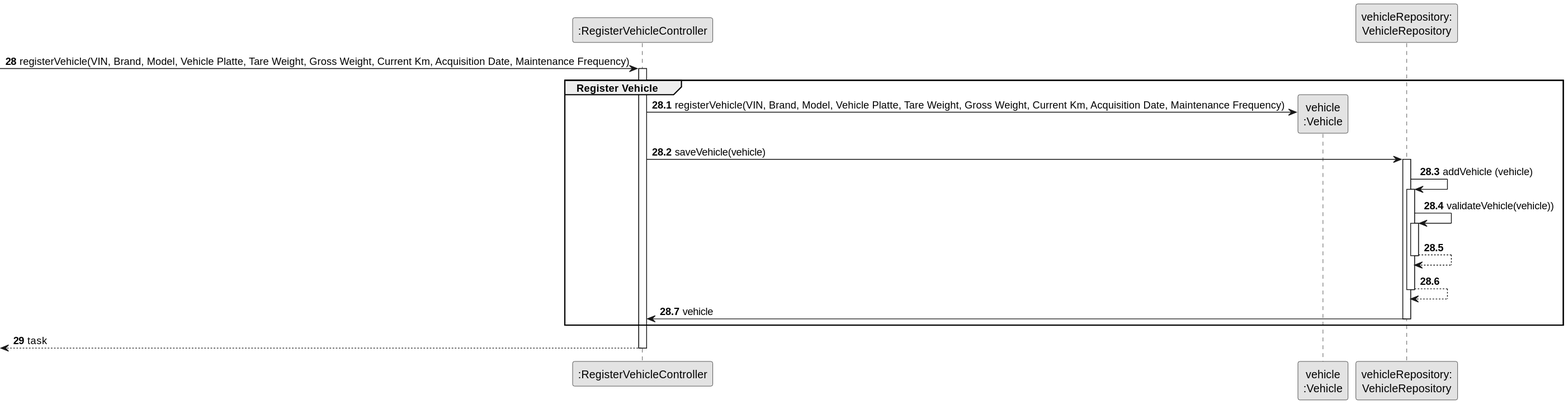
ricardomm7/leaflink keeps this PlantUML diagram as docs/sprintB/us006/03.design/svg/us006-sequence-diagram-partial-register-vehicle.svg. Above is the earlier version.
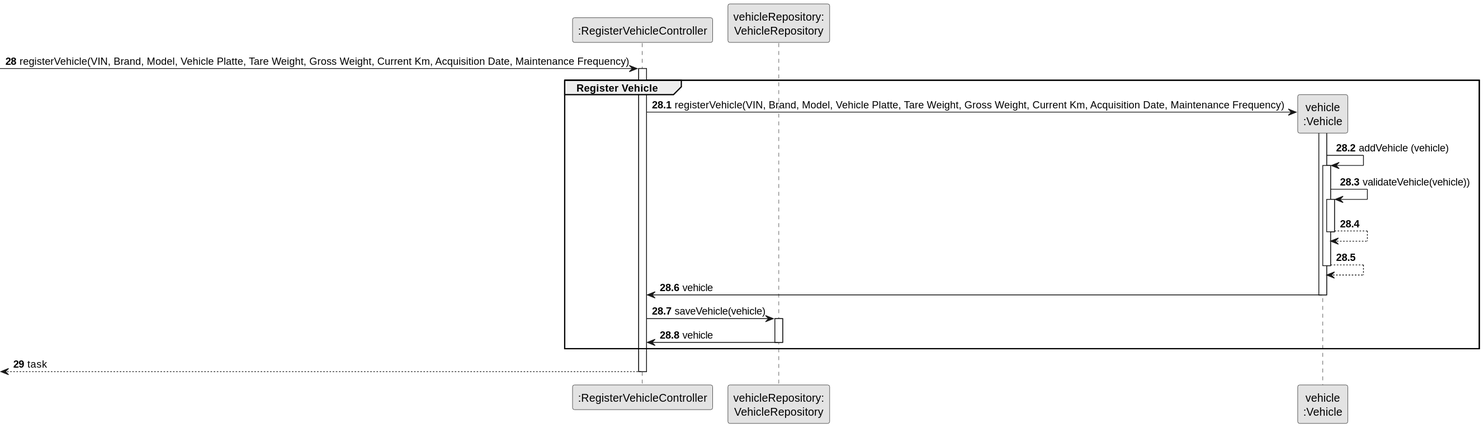
Later version of the same file.

The edit, as a diff of the source:
```diff
@@ -4,8 +4,8 @@
 skinparam shadowing false
 
 participant ":RegisterVehicleController" as CTRL
+participant "vehicleRepository:\nVehicleRepository" as VehicleRepository
 participant "vehicle\n:Vehicle" as VEI
-participant "vehicleRepository:\nVehicleRepository" as VehicleRepository
 
 autonumber 28
 -> CTRL : registerVehicle(VIN, Brand, Model, Vehicle Platte, Tare Weight, Gross Weight, Current Km, Acquisition Date, Maintenance Frequency)
@@ -14,25 +14,29 @@
 activate CTRL
     group Register Vehicle
 
-        CTRL -> VEI**: registerVehicle(VIN, Brand, Model, Vehicle Platte, Tare Weight, Gross Weight, Current Km, Acquisition Date, Maintenance Frequency)
+          CTRL -> VEI**: registerVehicle(VIN, Brand, Model, Vehicle Platte, Tare Weight, Gross Weight, Current Km, Acquisition Date, Maintenance Frequency)
+          activate VEI
+
+            VEI -> VEI: addVehicle (vehicle)
+            activate VEI
+
+                VEI -> VEI: validateVehicle(vehicle))
+                activate VEI
+
+                VEI --> VEI
+                deactivate VEI
+
+                VEI --> VEI
+                deactivate VEI
+
+            VEI -> CTRL: vehicle
+            deactivate VEI
 
             CTRL -> VehicleRepository : saveVehicle(vehicle)
             activate VehicleRepository
 
-                VehicleRepository -> VehicleRepository: addVehicle (vehicle)
-                activate VehicleRepository
-
-                VehicleRepository -> VehicleRepository: validateVehicle(vehicle))
-                activate VehicleRepository
-
-                VehicleRepository --> VehicleRepository
-                deactivate VehicleRepository
-
-                VehicleRepository --> VehicleRepository
-                deactivate VehicleRepository
-
-            VehicleRepository -> CTRL: vehicle
-            deactivate VehicleRepository
+          VehicleRepository -> CTRL: vehicle
+          deactivate VehicleRepository
 
     end
 
```
